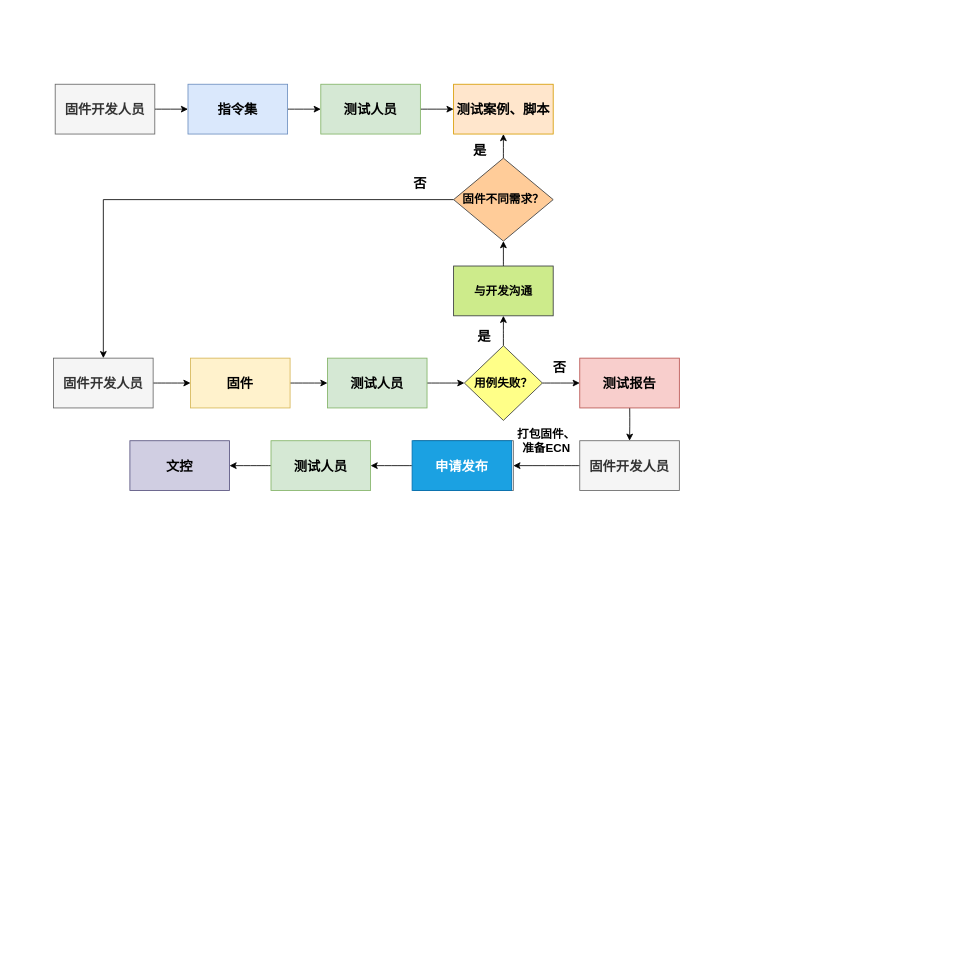
This is EppFlowchart.drawio from yesiya/EppFlowchart, a draw.io file, before an edit. Source tidied: cells renumbered, new cells numbered last; positions are measured from the earlier drawing's top-left corner, leaving out a move shared by most shapes. Both pictures are drawn from the tidied source at 83%, with x=0, y=0 at pixel (53, 84).
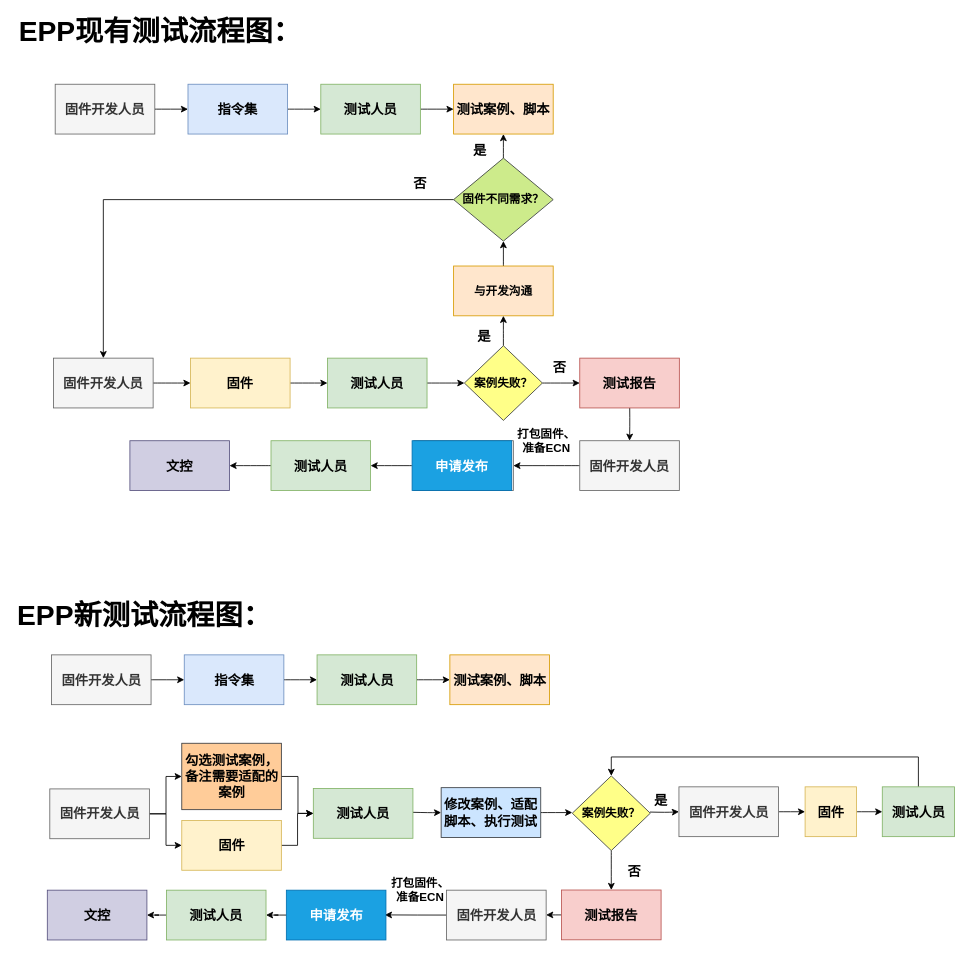
The same diagram, later.

Commit message:
EPP flowchart old and new have been down

Change to the diagram source:
```diff
@@
-    <mxCell id="28" value="与开发沟通" style="rounded=0;whiteSpace=wrap;html=1;fontSize=14;fillColor=#cdeb8b;strokeColor=#36393d;fontStyle=1;" parent="1" vertex="1">
+    <mxCell id="28" value="与开发沟通" style="rounded=0;whiteSpace=wrap;html=1;fontSize=14;fillColor=#ffe6cc;strokeColor=#d79b00;fontStyle=1;" parent="1" vertex="1">
       <mxGeometry x="482" y="219" width="120" height="60" as="geometry" />
     </mxCell>
@@
-    <mxCell id="32" value="固件不同需求？" style="rhombus;whiteSpace=wrap;html=1;fontSize=14;fillColor=#ffcc99;strokeColor=#36393d;fontStyle=1;" parent="1" vertex="1">
+    <mxCell id="32" value="固件不同需求？" style="rhombus;whiteSpace=wrap;html=1;fontSize=14;fillColor=#cdeb8b;strokeColor=#36393d;fontStyle=1;" parent="1" vertex="1">
       <mxGeometry x="482" y="89" width="120" height="100" as="geometry" />
     </mxCell>
@@
-    <mxCell id="35" value="用例失败？" style="rhombus;whiteSpace=wrap;html=1;fontSize=14;fillColor=#ffff88;strokeColor=#36393d;fontStyle=1;" parent="1" vertex="1">
+    <mxCell id="35" value="案例失败？" style="rhombus;whiteSpace=wrap;html=1;fontSize=14;fillColor=#ffff88;strokeColor=#36393d;fontStyle=1;" parent="1" vertex="1">
       <mxGeometry x="495" y="315" width="94" height="90" as="geometry" />
     </mxCell>
@@
+    <mxCell id="38" style="edgeStyle=orthogonalEdgeStyle;curved=1;rounded=0;jettySize=auto;html=1;fontSize=14;fontStyle=1;" parent="1" edge="1" source="39" target="41">
+      <mxGeometry relative="1" as="geometry" />
+    </mxCell>
+    <mxCell id="39" value="固件开发人员" style="rounded=0;whiteSpace=wrap;html=1;fillColor=#f5f5f5;strokeColor=#666666;fontColor=#333333;fontStyle=1;fontSize=16;" parent="1" vertex="1">
+      <mxGeometry x="-2.5" y="687.5" width="120" height="60" as="geometry" />
+    </mxCell>
+    <mxCell id="40" style="edgeStyle=orthogonalEdgeStyle;curved=1;rounded=0;jettySize=auto;html=1;fontSize=14;fontStyle=1;" parent="1" edge="1" source="41" target="43">
+      <mxGeometry relative="1" as="geometry" />
+    </mxCell>
+    <mxCell id="41" value="指令集" style="rounded=0;whiteSpace=wrap;html=1;fillColor=#dae8fc;strokeColor=#6c8ebf;fontStyle=1;fontSize=16;" parent="1" vertex="1">
+      <mxGeometry x="157.5" y="687.5" width="120" height="60" as="geometry" />
+    </mxCell>
+    <mxCell id="42" style="edgeStyle=orthogonalEdgeStyle;curved=1;rounded=0;jettySize=auto;html=1;fontSize=14;fontStyle=1;" parent="1" edge="1" source="43" target="44">
+      <mxGeometry relative="1" as="geometry" />
+    </mxCell>
+    <mxCell id="43" value="测试人员" style="rounded=0;whiteSpace=wrap;html=1;fillColor=#d5e8d4;strokeColor=#82b366;fontStyle=1;fontSize=16;" parent="1" vertex="1">
+      <mxGeometry x="317.5" y="687.5" width="120" height="60" as="geometry" />
+    </mxCell>
+    <mxCell id="44" value="测试案例、脚本" style="rounded=0;whiteSpace=wrap;html=1;fillColor=#ffe6cc;strokeColor=#d79b00;fontStyle=1;fontSize=16;" parent="1" vertex="1">
+      <mxGeometry x="477.5" y="687.5" width="120" height="60" as="geometry" />
+    </mxCell>
+    <mxCell id="45" style="edgeStyle=orthogonalEdgeStyle;rounded=0;jettySize=auto;html=1;exitX=1;exitY=0.5;exitDx=0;exitDy=0;entryX=0;entryY=0.5;entryDx=0;entryDy=0;fontSize=14;" parent="1" edge="1" source="47" target="49">
+      <mxGeometry relative="1" as="geometry" />
+    </mxCell>
+    <mxCell id="46" style="edgeStyle=orthogonalEdgeStyle;rounded=0;jettySize=auto;html=1;exitX=1;exitY=0.5;exitDx=0;exitDy=0;fontSize=14;" parent="1" edge="1" source="47" target="60">
+      <mxGeometry relative="1" as="geometry" />
+    </mxCell>
+    <mxCell id="47" value="固件开发人员" style="rounded=0;whiteSpace=wrap;html=1;fillColor=#f5f5f5;strokeColor=#666666;fontColor=#333333;fontStyle=1;fontSize=16;" parent="1" vertex="1">
+      <mxGeometry x="-4.5" y="849" width="120" height="60" as="geometry" />
+    </mxCell>
+    <mxCell id="48" style="edgeStyle=orthogonalEdgeStyle;rounded=0;jettySize=auto;html=1;exitX=1;exitY=0.5;exitDx=0;exitDy=0;entryX=0;entryY=0.5;entryDx=0;entryDy=0;fontSize=16;" parent="1" edge="1" source="49" target="51">
+      <mxGeometry relative="1" as="geometry" />
+    </mxCell>
+    <mxCell id="49" value="勾选测试案例，备注需要适配的案例" style="rounded=0;whiteSpace=wrap;html=1;fillColor=#ffcc99;strokeColor=#36393d;fontStyle=1;fontSize=16;" parent="1" vertex="1">
+      <mxGeometry x="154.5" y="794" width="120" height="80" as="geometry" />
+    </mxCell>
+    <mxCell id="50" style="edgeStyle=orthogonalEdgeStyle;curved=1;rounded=0;jettySize=auto;html=1;fontSize=14;" parent="1" edge="1" target="53">
+      <mxGeometry relative="1" as="geometry">
+        <mxPoint x="433" y="877.2" as="sourcePoint" />
+      </mxGeometry>
+    </mxCell>
+    <mxCell id="51" value="测试人员" style="rounded=0;whiteSpace=wrap;html=1;fillColor=#d5e8d4;strokeColor=#82b366;fontStyle=1;fontSize=16;" parent="1" vertex="1">
+      <mxGeometry x="313" y="848.5" width="120" height="60" as="geometry" />
+    </mxCell>
+    <mxCell id="52" style="edgeStyle=orthogonalEdgeStyle;curved=1;rounded=0;jettySize=auto;html=1;exitX=1;exitY=0.5;exitDx=0;exitDy=0;entryX=0;entryY=0.5;entryDx=0;entryDy=0;fontSize=16;" parent="1" edge="1" source="53" target="58">
+      <mxGeometry relative="1" as="geometry" />
+    </mxCell>
+    <mxCell id="53" value="修改案例、适配脚本、执行测试" style="rounded=0;whiteSpace=wrap;html=1;fillColor=#cce5ff;strokeColor=#36393d;fontStyle=1;fontSize=16;" parent="1" vertex="1">
+      <mxGeometry x="467" y="847.5" width="120" height="60" as="geometry" />
+    </mxCell>
+    <mxCell id="54" style="edgeStyle=orthogonalEdgeStyle;curved=1;rounded=0;jettySize=auto;html=1;exitX=0;exitY=0.5;exitDx=0;exitDy=0;entryX=1;entryY=0.5;entryDx=0;entryDy=0;fontSize=16;" parent="1" edge="1" source="55" target="63">
+      <mxGeometry relative="1" as="geometry" />
+    </mxCell>
+    <mxCell id="55" value="测试报告" style="rounded=0;whiteSpace=wrap;html=1;fillColor=#f8cecc;strokeColor=#b85450;fontStyle=1;fontSize=16;" parent="1" vertex="1">
+      <mxGeometry x="612" y="970.8" width="120" height="60" as="geometry" />
+    </mxCell>
+    <mxCell id="56" style="edgeStyle=orthogonalEdgeStyle;curved=1;rounded=0;jettySize=auto;html=1;fontSize=14;fontStyle=1;" parent="1" edge="1" source="58" target="55">
+      <mxGeometry relative="1" as="geometry" />
+    </mxCell>
+    <mxCell id="57" style="edgeStyle=orthogonalEdgeStyle;curved=1;rounded=0;jettySize=auto;html=1;fontSize=16;" parent="1" edge="1" target="71">
+      <mxGeometry relative="1" as="geometry">
+        <mxPoint x="718.6" y="876.9" as="sourcePoint" />
+      </mxGeometry>
+    </mxCell>
+    <mxCell id="58" value="案例失败？" style="rhombus;whiteSpace=wrap;html=1;fontSize=14;fillColor=#ffff88;strokeColor=#36393d;fontStyle=1;" parent="1" vertex="1">
+      <mxGeometry x="625" y="833.3" width="94" height="90" as="geometry" />
+    </mxCell>
+    <mxCell id="59" style="edgeStyle=elbowEdgeStyle;rounded=0;jettySize=auto;html=1;exitX=1;exitY=0.5;exitDx=0;exitDy=0;entryX=0;entryY=0.5;entryDx=0;entryDy=0;fontSize=16;" parent="1" edge="1" source="60" target="51">
+      <mxGeometry relative="1" as="geometry" />
+    </mxCell>
+    <mxCell id="60" value="固件" style="rounded=0;whiteSpace=wrap;html=1;fontSize=16;fillColor=#fff2cc;strokeColor=#d6b656;fontStyle=1;" parent="1" vertex="1">
+      <mxGeometry x="154.5" y="887" width="120" height="60" as="geometry" />
+    </mxCell>
+    <mxCell id="61" value="&lt;font style=&quot;font-size: 16px&quot;&gt;否&lt;/font&gt;" style="whiteSpace=wrap;html=1;fontSize=14;fontStyle=1;fillColor=none;strokeColor=none;" parent="1" vertex="1">
+      <mxGeometry x="680" y="927.8" width="40" height="40" as="geometry" />
+    </mxCell>
+    <mxCell id="62" style="edgeStyle=orthogonalEdgeStyle;curved=1;rounded=0;jettySize=auto;html=1;exitX=0;exitY=0.5;exitDx=0;exitDy=0;entryX=1;entryY=0.5;entryDx=0;entryDy=0;fontSize=16;" parent="1" edge="1" source="63">
+      <mxGeometry relative="1" as="geometry">
+        <mxPoint x="399.2" y="1000.8" as="targetPoint" />
+      </mxGeometry>
+    </mxCell>
+    <mxCell id="63" value="固件开发人员" style="rounded=0;whiteSpace=wrap;html=1;fillColor=#f5f5f5;strokeColor=#666666;fontColor=#333333;fontStyle=1;fontSize=16;" parent="1" vertex="1">
+      <mxGeometry x="473.5" y="971" width="120" height="60" as="geometry" />
+    </mxCell>
+    <mxCell id="64" style="edgeStyle=orthogonalEdgeStyle;curved=1;rounded=0;jettySize=auto;html=1;fontSize=14;fontStyle=1;" parent="1" edge="1" source="65" target="67">
+      <mxGeometry relative="1" as="geometry" />
+    </mxCell>
+    <mxCell id="65" value="申请发布" style="rounded=0;whiteSpace=wrap;html=1;fillColor=#1ba1e2;strokeColor=#006EAF;fontColor=#ffffff;fontStyle=1;fontSize=16;" parent="1" vertex="1">
+      <mxGeometry x="280.5" y="971" width="120" height="60" as="geometry" />
+    </mxCell>
+    <mxCell id="66" style="edgeStyle=orthogonalEdgeStyle;curved=1;rounded=0;jettySize=auto;html=1;fontSize=14;fontStyle=1;" parent="1" edge="1" source="67" target="68">
+      <mxGeometry relative="1" as="geometry" />
+    </mxCell>
+    <mxCell id="67" value="测试人员" style="rounded=0;whiteSpace=wrap;html=1;fillColor=#d5e8d4;strokeColor=#82b366;fontStyle=1;fontSize=16;" parent="1" vertex="1">
+      <mxGeometry x="136" y="971" width="120" height="60" as="geometry" />
+    </mxCell>
+    <mxCell id="68" value="文控" style="rounded=0;whiteSpace=wrap;html=1;fillColor=#d0cee2;strokeColor=#56517e;fontStyle=1;fontSize=16;" parent="1" vertex="1">
+      <mxGeometry x="-7.5" y="971" width="120" height="60" as="geometry" />
+    </mxCell>
+    <mxCell id="69" value="&lt;font style=&quot;font-size: 14px;&quot;&gt;打包固件、准备ECN&lt;/font&gt;" style="rounded=0;whiteSpace=wrap;html=1;fontSize=14;fillColor=none;strokeColor=none;fontStyle=1;" parent="1" vertex="1">
+      <mxGeometry x="401.5" y="951" width="80" height="40" as="geometry" />
+    </mxCell>
+    <mxCell id="70" style="edgeStyle=orthogonalEdgeStyle;curved=1;rounded=0;jettySize=auto;html=1;exitX=1;exitY=0.5;exitDx=0;exitDy=0;entryX=0;entryY=0.5;entryDx=0;entryDy=0;fontSize=16;" parent="1" edge="1" source="71" target="76">
+      <mxGeometry relative="1" as="geometry" />
+    </mxCell>
+    <mxCell id="71" value="固件开发人员" style="rounded=0;whiteSpace=wrap;html=1;fillColor=#f5f5f5;strokeColor=#666666;fontColor=#333333;fontStyle=1;fontSize=16;" parent="1" vertex="1">
+      <mxGeometry x="753.5" y="846.5" width="120" height="60" as="geometry" />
+    </mxCell>
+    <mxCell id="72" value="&lt;font style=&quot;font-size: 16px&quot;&gt;是&lt;/font&gt;" style="whiteSpace=wrap;html=1;fontSize=14;fontStyle=1;fillColor=none;strokeColor=none;" parent="1" vertex="1">
+      <mxGeometry x="712" y="843.3" width="40" height="40" as="geometry" />
+    </mxCell>
+    <mxCell id="73" style="edgeStyle=orthogonalEdgeStyle;rounded=0;jettySize=auto;html=1;exitX=0.5;exitY=0;exitDx=0;exitDy=0;entryX=0.5;entryY=0;entryDx=0;entryDy=0;fontSize=16;" parent="1" edge="1" source="74" target="58">
+      <mxGeometry relative="1" as="geometry">
+        <Array as="points">
+          <mxPoint x="1041.5" y="810.5" />
+          <mxPoint x="671.5" y="810.5" />
+        </Array>
+      </mxGeometry>
+    </mxCell>
+    <mxCell id="74" value="测试人员" style="rounded=0;whiteSpace=wrap;html=1;fillColor=#d5e8d4;strokeColor=#82b366;fontStyle=1;fontSize=16;" parent="1" vertex="1">
+      <mxGeometry x="998.5" y="846.5" width="87" height="60" as="geometry" />
+    </mxCell>
+    <mxCell id="75" style="edgeStyle=orthogonalEdgeStyle;curved=1;rounded=0;jettySize=auto;html=1;exitX=1;exitY=0.5;exitDx=0;exitDy=0;entryX=0;entryY=0.5;entryDx=0;entryDy=0;fontSize=16;" parent="1" edge="1" source="76" target="74">
+      <mxGeometry relative="1" as="geometry" />
+    </mxCell>
+    <mxCell id="76" value="固件" style="rounded=0;whiteSpace=wrap;html=1;fontSize=16;fillColor=#fff2cc;strokeColor=#d6b656;fontStyle=1;" parent="1" vertex="1">
+      <mxGeometry x="905.5" y="846.5" width="62" height="60" as="geometry" />
+    </mxCell>
+    <mxCell id="77" value="EPP现有测试流程图：" style="text;html=1;strokeColor=none;fillColor=none;align=center;verticalAlign=middle;whiteSpace=wrap;rounded=0;fontSize=34;fontStyle=1;" parent="1" vertex="1">
+      <mxGeometry x="-44" y="-74" width="345" height="20" as="geometry" />
+    </mxCell>
+    <mxCell id="78" value="EPP新测试流程图：" style="text;html=1;strokeColor=none;fillColor=none;align=center;verticalAlign=middle;whiteSpace=wrap;rounded=0;fontSize=34;fontStyle=1;" parent="1" vertex="1">
+      <mxGeometry x="-47" y="630" width="313" height="20" as="geometry" />
+    </mxCell>
```
